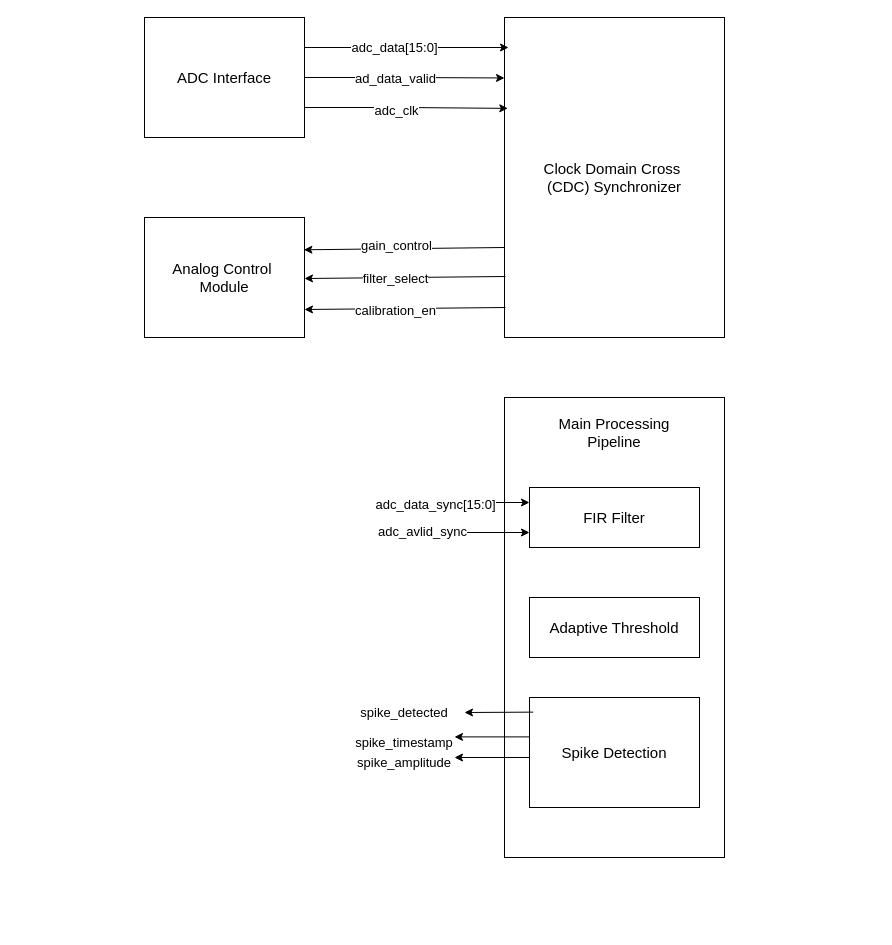
PeterL-Engineering/MAT292_Ordinary_Differential_Equations keeps this draw.io diagram as Verilog/schematics/detailed-digital.drawio. Above is the earlier version. Source tidied: cells renumbered, new cells numbered last; positions are measured from the earlier drawing's top-left corner, leaving out a move shared by most shapes. Both pictures are drawn from the tidied source at 100%, with x=0, y=0 at pixel (144, 17).
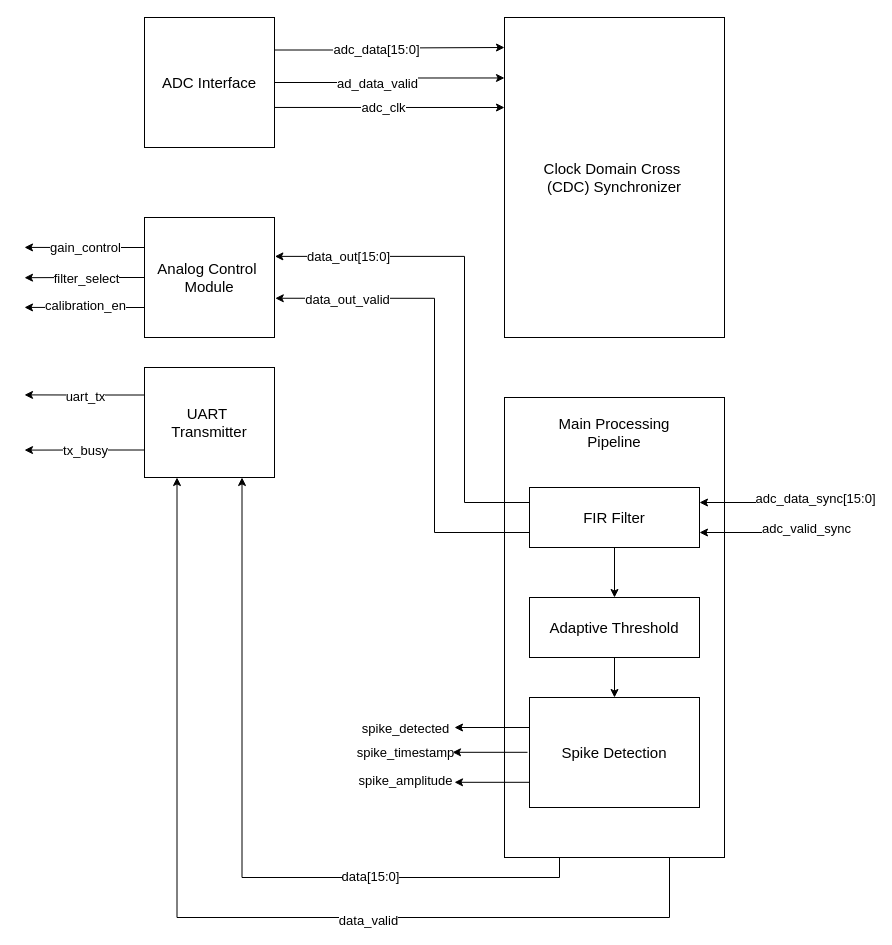
After the change.

The change refers to these unchanged cells:
```xml
<mxCell id="4" value="&lt;div&gt;&lt;font style=&quot;font-size: 15px;&quot;&gt;Clock Domain Cross&amp;nbsp;&lt;/font&gt;&lt;/div&gt;&lt;div&gt;&lt;font style=&quot;font-size: 15px;&quot;&gt;(CDC) Synchronizer&lt;/font&gt;&lt;/div&gt;" style="rounded=0;whiteSpace=wrap;html=1;" parent="1" vertex="1">
  <mxGeometry x="360" width="220" height="320" as="geometry" />
</mxCell>
<mxCell id="17" style="rounded=0;whiteSpace=wrap;html=1;" parent="1" vertex="1">
  <mxGeometry x="360" y="380" width="220" height="460" as="geometry" />
</mxCell>
<mxCell id="19" value="&lt;font style=&quot;font-size: 15px;&quot;&gt;FIR Filter&lt;/font&gt;" style="rounded=0;whiteSpace=wrap;html=1;" parent="1" vertex="1">
  <mxGeometry x="385" y="470" width="170" height="60" as="geometry" />
</mxCell>
<mxCell id="20" value="&lt;font style=&quot;font-size: 15px;&quot;&gt;Adaptive Threshold&lt;/font&gt;" style="rounded=0;whiteSpace=wrap;html=1;" parent="1" vertex="1">
  <mxGeometry x="385" y="580" width="170" height="60" as="geometry" />
</mxCell>
<mxCell id="21" value="&lt;font style=&quot;font-size: 15px;&quot;&gt;Spike Detection&lt;/font&gt;" style="rounded=0;whiteSpace=wrap;html=1;" parent="1" vertex="1">
  <mxGeometry x="385" y="680" width="170" height="110" as="geometry" />
</mxCell>
```

The edit, as a diff of the source:
```diff
@@
     <mxCell id="2" value="&lt;font style=&quot;font-size: 15px;&quot;&gt;ADC Interface&lt;/font&gt;" style="rounded=0;whiteSpace=wrap;html=1;" parent="1" vertex="1">
-      <mxGeometry width="160" height="120" as="geometry" />
+      <mxGeometry width="130" height="130" as="geometry" />
     </mxCell>
+    <mxCell id="32" style="edgeStyle=orthogonalEdgeStyle;rounded=0;jettySize=auto;html=1;exitX=0;exitY=0.25;exitDx=0;exitDy=0;" parent="1" edge="1" source="3">
+      <mxGeometry relative="1" as="geometry">
+        <mxPoint x="-120" y="229.9" as="targetPoint" />
+      </mxGeometry>
+    </mxCell>
+    <mxCell id="12" value="&lt;span style=&quot;font-size: 13px;&quot;&gt;gain_control&lt;/span&gt;" style="edgeLabel;html=1;align=center;verticalAlign=middle;" parent="32" vertex="1">
+      <mxGeometry x="0.08" y="-1" relative="1" as="geometry">
+        <mxPoint x="5" as="offset" />
+      </mxGeometry>
+    </mxCell>
+    <mxCell id="33" style="edgeStyle=orthogonalEdgeStyle;rounded=0;jettySize=auto;html=1;exitX=0;exitY=0.5;exitDx=0;exitDy=0;" parent="1" edge="1" source="3">
+      <mxGeometry relative="1" as="geometry">
+        <mxPoint x="-120" y="260.2" as="targetPoint" />
+      </mxGeometry>
+    </mxCell>
+    <mxCell id="14" value="&lt;span style=&quot;font-size: 13px;&quot;&gt;filter_select&lt;/span&gt;" style="edgeLabel;html=1;align=center;verticalAlign=middle;" parent="33" vertex="1">
+      <mxGeometry x="-0.01" relative="1" as="geometry">
+        <mxPoint x="1" as="offset" />
+      </mxGeometry>
+    </mxCell>
+    <mxCell id="34" style="edgeStyle=orthogonalEdgeStyle;rounded=0;jettySize=auto;html=1;exitX=0;exitY=0.75;exitDx=0;exitDy=0;" parent="1" edge="1" source="3">
+      <mxGeometry relative="1" as="geometry">
+        <mxPoint x="-120" y="289.9" as="targetPoint" />
+      </mxGeometry>
+    </mxCell>
+    <mxCell id="35" style="edgeLabel;html=1;align=center;verticalAlign=middle;" parent="34" vertex="1">
+      <mxGeometry x="0.23" y="-2" relative="1" as="geometry" />
+    </mxCell>
+    <mxCell id="16" value="&lt;span style=&quot;font-size: 13px;&quot;&gt;calibration_en&lt;/span&gt;" style="edgeLabel;html=1;align=center;verticalAlign=middle;" parent="34" vertex="1">
+      <mxGeometry x="0.24" y="-3" relative="1" as="geometry">
+        <mxPoint x="15" as="offset" />
+      </mxGeometry>
+    </mxCell>
     <mxCell id="3" value="&lt;div&gt;&lt;font style=&quot;font-size: 15px;&quot;&gt;Analog Control&amp;nbsp;&lt;/font&gt;&lt;/div&gt;&lt;div&gt;&lt;font style=&quot;font-size: 15px;&quot;&gt;Module&lt;/font&gt;&lt;/div&gt;" style="rounded=0;whiteSpace=wrap;html=1;" parent="1" vertex="1">
-      <mxGeometry y="200" width="160" height="120" as="geometry" />
+      <mxGeometry y="200" width="130" height="120" as="geometry" />
     </mxCell>
@@
-    <mxCell id="5" style="edgeStyle=orthogonalEdgeStyle;rounded=0;jettySize=auto;html=1;exitX=1;exitY=0.75;exitDx=0;exitDy=0;entryX=0.015;entryY=0.284;entryDx=0;entryDy=0;entryPerimeter=0;" parent="1" edge="1" source="2" target="4">
-      <mxGeometry relative="1" as="geometry">
-        <Array as="points">
-          <mxPoint x="260" y="90" />
-        </Array>
-      </mxGeometry>
-    </mxCell>
-    <mxCell id="6" value="&lt;font style=&quot;font-size: 13px;&quot;&gt;adc_clk&lt;/font&gt;" style="edgeLabel;html=1;align=center;verticalAlign=middle;" parent="5" vertex="1">
-      <mxGeometry x="-0.07" y="-2" relative="1" as="geometry">
-        <mxPoint x="-4" as="offset" />
-      </mxGeometry>
-    </mxCell>
@@
     <mxCell id="9" style="edgeStyle=orthogonalEdgeStyle;rounded=0;jettySize=auto;html=1;exitX=1;exitY=0.25;exitDx=0;exitDy=0;" parent="1" edge="1" source="2">
       <mxGeometry relative="1" as="geometry">
-        <mxPoint x="364" y="30" as="targetPoint" />
+        <mxPoint x="360" y="30" as="targetPoint" />
       </mxGeometry>
     </mxCell>
@@
-    <mxCell id="11" style="endArrow=classic;html=1;rounded=0;entryX=0.996;entryY=0.186;entryDx=0;entryDy=0;entryPerimeter=0;" parent="1" edge="1">
-      <mxGeometry relative="1" as="geometry">
-        <mxPoint x="360" y="230" as="sourcePoint" />
-        <mxPoint x="159.4" y="232.3" as="targetPoint" />
-      </mxGeometry>
-    </mxCell>
-    <mxCell id="12" value="&lt;font style=&quot;font-size: 13px;&quot;&gt;gain_control&lt;/font&gt;" style="edgeLabel;html=1;align=center;verticalAlign=middle;" parent="11" vertex="1">
-      <mxGeometry x="0.08" y="-4" relative="1" as="geometry" />
-    </mxCell>
-    <mxCell id="13" style="endArrow=classic;html=1;rounded=0;entryX=0.996;entryY=0.186;entryDx=0;entryDy=0;entryPerimeter=0;" parent="1" edge="1">
-      <mxGeometry relative="1" as="geometry">
-        <mxPoint x="361" y="259" as="sourcePoint" />
-        <mxPoint x="160" y="261" as="targetPoint" />
-      </mxGeometry>
-    </mxCell>
-    <mxCell id="14" value="&lt;font style=&quot;font-size: 13px;&quot;&gt;filter_select&lt;/font&gt;" style="edgeLabel;html=1;align=center;verticalAlign=middle;" parent="13" vertex="1">
-      <mxGeometry x="0.07" y="2" relative="1" as="geometry">
-        <mxPoint x="-3" y="-2" as="offset" />
-      </mxGeometry>
-    </mxCell>
-    <mxCell id="15" style="endArrow=classic;html=1;rounded=0;entryX=0.996;entryY=0.186;entryDx=0;entryDy=0;entryPerimeter=0;" parent="1" edge="1">
-      <mxGeometry relative="1" as="geometry">
-        <mxPoint x="361" y="290" as="sourcePoint" />
-        <mxPoint x="160" y="292" as="targetPoint" />
-      </mxGeometry>
-    </mxCell>
-    <mxCell id="16" value="&lt;font style=&quot;font-size: 13px;&quot;&gt;calibration_en&lt;/font&gt;" style="edgeLabel;html=1;align=center;verticalAlign=middle;" parent="15" vertex="1">
-      <mxGeometry x="0.15" y="1" relative="1" as="geometry">
-        <mxPoint x="5" as="offset" />
-      </mxGeometry>
-    </mxCell>
+    <mxCell id="36" style="edgeStyle=orthogonalEdgeStyle;rounded=0;jettySize=auto;html=1;exitX=0.25;exitY=1;exitDx=0;exitDy=0;entryX=0.75;entryY=1;entryDx=0;entryDy=0;" parent="1" edge="1" source="17" target="49">
+      <mxGeometry relative="1" as="geometry" />
+    </mxCell>
+    <mxCell id="37" value="&lt;font style=&quot;font-size: 13px;&quot;&gt;data[15:0]&lt;/font&gt;" style="edgeLabel;html=1;align=center;verticalAlign=middle;" parent="36" vertex="1">
+      <mxGeometry x="-0.43" y="-2" relative="1" as="geometry" />
+    </mxCell>
+    <mxCell id="38" style="edgeStyle=orthogonalEdgeStyle;rounded=0;jettySize=auto;html=1;exitX=0.75;exitY=1;exitDx=0;exitDy=0;entryX=0.25;entryY=1;entryDx=0;entryDy=0;" parent="1" edge="1" source="17" target="49">
+      <mxGeometry relative="1" as="geometry">
+        <Array as="points">
+          <mxPoint x="525" y="900" />
+          <mxPoint x="33" y="900" />
+        </Array>
+      </mxGeometry>
+    </mxCell>
+    <mxCell id="39" value="&lt;font style=&quot;font-size: 13px;&quot;&gt;data_valid&lt;/font&gt;" style="edgeLabel;html=1;align=center;verticalAlign=middle;" parent="38" vertex="1">
+      <mxGeometry x="-0.27" y="2" relative="1" as="geometry" />
+    </mxCell>
@@
+    <mxCell id="40" style="edgeStyle=orthogonalEdgeStyle;rounded=0;jettySize=auto;html=1;exitX=0.5;exitY=1;exitDx=0;exitDy=0;" parent="1" edge="1" source="19" target="20">
+      <mxGeometry relative="1" as="geometry" />
+    </mxCell>
+    <mxCell id="41" style="edgeStyle=orthogonalEdgeStyle;rounded=0;jettySize=auto;html=1;exitX=0;exitY=0.75;exitDx=0;exitDy=0;entryX=1.006;entryY=0.673;entryDx=0;entryDy=0;entryPerimeter=0;" parent="1" edge="1" source="19" target="3">
+      <mxGeometry relative="1" as="geometry">
+        <Array as="points">
+          <mxPoint x="290" y="515" />
+          <mxPoint x="290" y="281" />
+        </Array>
+      </mxGeometry>
+    </mxCell>
+    <mxCell id="42" value="&lt;font style=&quot;font-size: 13px;&quot;&gt;data_out_valid&lt;/font&gt;" style="edgeLabel;html=1;align=center;verticalAlign=middle;" parent="41" vertex="1">
+      <mxGeometry x="0.78" y="1" relative="1" as="geometry">
+        <mxPoint x="18" as="offset" />
+      </mxGeometry>
+    </mxCell>
@@
+    <mxCell id="43" style="edgeStyle=orthogonalEdgeStyle;rounded=0;jettySize=auto;html=1;exitX=0.5;exitY=1;exitDx=0;exitDy=0;" parent="1" edge="1" source="20" target="21">
+      <mxGeometry relative="1" as="geometry" />
+    </mxCell>
@@
-    <mxCell id="22" style="endArrow=classic;html=1;rounded=0;entryX=0;entryY=0.25;entryDx=0;entryDy=0;" parent="1" edge="1" target="19">
+    <mxCell id="22" style="endArrow=classic;html=1;rounded=0;entryX=1;entryY=0.25;entryDx=0;entryDy=0;" parent="1" edge="1" target="19">
       <mxGeometry relative="1" as="geometry">
-        <mxPoint x="260" y="485" as="sourcePoint" />
+        <mxPoint x="640" y="485" as="sourcePoint" />
       </mxGeometry>
     </mxCell>
     <mxCell id="23" value="&lt;font style=&quot;font-size: 13px;&quot;&gt;adc_data_sync[15:0]&lt;/font&gt;" style="edgeLabel;html=1;align=center;verticalAlign=middle;" parent="22" vertex="1">
       <mxGeometry x="-0.69" y="-1" relative="1" as="geometry">
-        <mxPoint x="11" as="offset" />
+        <mxPoint x="43" y="-4" as="offset" />
       </mxGeometry>
     </mxCell>
-    <mxCell id="24" style="endArrow=classic;html=1;rounded=0;entryX=0;entryY=0.75;entryDx=0;entryDy=0;" parent="1" edge="1" target="19">
+    <mxCell id="24" style="endArrow=classic;html=1;rounded=0;entryX=1;entryY=0.75;entryDx=0;entryDy=0;" parent="1" edge="1" target="19">
       <mxGeometry relative="1" as="geometry">
-        <mxPoint x="260" y="515" as="sourcePoint" />
+        <mxPoint x="640" y="515" as="sourcePoint" />
       </mxGeometry>
     </mxCell>
-    <mxCell id="25" value="&lt;font style=&quot;font-size: 13px;&quot;&gt;adc_avlid_sync&lt;/font&gt;" style="edgeLabel;html=1;align=center;verticalAlign=middle;" parent="24" vertex="1">
-      <mxGeometry x="-0.73" y="2" relative="1" as="geometry" />
+    <mxCell id="25" value="&lt;font style=&quot;font-size: 13px;&quot;&gt;adc_valid_sync&lt;/font&gt;" style="edgeLabel;html=1;align=center;verticalAlign=middle;" parent="24" vertex="1">
+      <mxGeometry x="-0.73" y="2" relative="1" as="geometry">
+        <mxPoint x="32" y="-7" as="offset" />
+      </mxGeometry>
     </mxCell>
-    <mxCell id="26" style="endArrow=classic;html=1;rounded=0;exitX=0.022;exitY=0.133;exitDx=0;exitDy=0;exitPerimeter=0;entryX=1;entryY=0.5;entryDx=0;entryDy=0;" parent="1" edge="1" source="21" target="29">
-      <mxGeometry relative="1" as="geometry" />
+    <mxCell id="26" style="endArrow=classic;html=1;rounded=0;exitX=0.022;exitY=0.133;exitDx=0;exitDy=0;exitPerimeter=0;" parent="1" edge="1">
+      <mxGeometry relative="1" as="geometry">
+        <mxPoint x="385" y="710" as="sourcePoint" />
+        <mxPoint x="310" y="710" as="targetPoint" />
+      </mxGeometry>
     </mxCell>
+    <mxCell id="29" value="&lt;font style=&quot;font-size: 13px;&quot;&gt;spike_detected&lt;/font&gt;" style="edgeLabel;html=1;align=center;verticalAlign=middle;points=[];" parent="26" vertex="1">
+      <mxGeometry x="0.83" y="1" relative="1" as="geometry">
+        <mxPoint x="-56" y="-1" as="offset" />
+      </mxGeometry>
+    </mxCell>
     <mxCell id="27" style="endArrow=classic;html=1;rounded=0;exitX=0;exitY=0.25;exitDx=0;exitDy=0;" parent="1" edge="1">
       <mxGeometry relative="1" as="geometry">
-        <mxPoint x="385" y="740" as="sourcePoint" />
-        <mxPoint x="310" y="740" as="targetPoint" />
+        <mxPoint x="385" y="764.8" as="sourcePoint" />
+        <mxPoint x="310" y="764.8" as="targetPoint" />
       </mxGeometry>
     </mxCell>
+    <mxCell id="31" value="&lt;font style=&quot;font-size: 13px;&quot;&gt;spike_amplitude&lt;/font&gt;" style="edgeLabel;html=1;align=center;verticalAlign=middle;" parent="27" vertex="1">
+      <mxGeometry x="0.39" y="-2" relative="1" as="geometry">
+        <mxPoint x="-73" as="offset" />
+      </mxGeometry>
+    </mxCell>
     <mxCell id="28" style="endArrow=classic;html=1;rounded=0;exitX=0;exitY=0.25;exitDx=0;exitDy=0;" parent="1" edge="1">
       <mxGeometry relative="1" as="geometry">
-        <mxPoint x="385" y="719.4" as="sourcePoint" />
-        <mxPoint x="310" y="719.4" as="targetPoint" />
+        <mxPoint x="383" y="734.8" as="sourcePoint" />
+        <mxPoint x="308" y="734.8" as="targetPoint" />
       </mxGeometry>
     </mxCell>
-    <mxCell id="29" value="&lt;font style=&quot;font-size: 13px;&quot;&gt;spike_detected&lt;/font&gt;" style="text;html=1;whiteSpace=wrap;strokeColor=none;fillColor=none;align=center;verticalAlign=middle;rounded=0;" parent="1" vertex="1">
-      <mxGeometry x="200" y="680" width="120" height="30" as="geometry" />
-    </mxCell>
-    <mxCell id="30" value="&lt;font style=&quot;font-size: 13px;&quot;&gt;spike_timestamp&lt;/font&gt;" style="text;html=1;whiteSpace=wrap;strokeColor=none;fillColor=none;align=center;verticalAlign=middle;rounded=0;" parent="1" vertex="1">
-      <mxGeometry x="200" y="710" width="120" height="30" as="geometry" />
+    <mxCell id="30" value="&lt;font style=&quot;font-size: 13px;&quot;&gt;spike_timestamp&lt;/font&gt;" style="edgeLabel;html=1;align=center;verticalAlign=middle;" parent="28" vertex="1">
+      <mxGeometry x="0.15" y="1" relative="1" as="geometry">
+        <mxPoint x="-80" y="-1" as="offset" />
+      </mxGeometry>
     </mxCell>
-    <mxCell id="31" value="&lt;font style=&quot;font-size: 13px;&quot;&gt;spike_amplitude&lt;/font&gt;" style="text;html=1;whiteSpace=wrap;strokeColor=none;fillColor=none;align=center;verticalAlign=middle;rounded=0;" parent="1" vertex="1">
-      <mxGeometry x="200" y="730" width="120" height="30" as="geometry" />
-    </mxCell>
+    <mxCell id="44" style="endArrow=classic;html=1;rounded=0;exitX=1;exitY=0.692;exitDx=0;exitDy=0;exitPerimeter=0;" parent="1" edge="1" source="2">
+      <mxGeometry relative="1" as="geometry">
+        <mxPoint x="360" y="90" as="targetPoint" />
+      </mxGeometry>
+    </mxCell>
+    <mxCell id="6" value="&lt;font style=&quot;font-size: 13px;&quot;&gt;adc_clk&lt;/font&gt;" style="edgeLabel;html=1;align=center;verticalAlign=middle;" parent="44" vertex="1">
+      <mxGeometry x="-0.05" relative="1" as="geometry" />
+    </mxCell>
+    <mxCell id="45" style="edgeStyle=orthogonalEdgeStyle;rounded=0;jettySize=auto;html=1;exitX=0;exitY=0.25;exitDx=0;exitDy=0;" parent="1" edge="1" source="49">
+      <mxGeometry relative="1" as="geometry">
+        <mxPoint x="-120" y="377.4" as="targetPoint" />
+      </mxGeometry>
+    </mxCell>
+    <mxCell id="46" value="&lt;font style=&quot;font-size: 13px;&quot;&gt;uart_tx&lt;/font&gt;" style="edgeLabel;html=1;align=center;verticalAlign=middle;" parent="45" vertex="1">
+      <mxGeometry x="-0.01" y="1" relative="1" as="geometry" />
+    </mxCell>
+    <mxCell id="47" style="edgeStyle=orthogonalEdgeStyle;rounded=0;jettySize=auto;html=1;exitX=0;exitY=0.75;exitDx=0;exitDy=0;" parent="1" edge="1" source="49">
+      <mxGeometry relative="1" as="geometry">
+        <mxPoint x="-120" y="432.6" as="targetPoint" />
+      </mxGeometry>
+    </mxCell>
+    <mxCell id="48" value="&lt;font style=&quot;font-size: 13px;&quot;&gt;tx_busy&lt;/font&gt;" style="edgeLabel;html=1;align=center;verticalAlign=middle;" parent="47" vertex="1">
+      <mxGeometry x="-0.01" y="-1" relative="1" as="geometry" />
+    </mxCell>
+    <mxCell id="49" value="&lt;font style=&quot;font-size: 15px;&quot;&gt;UART&amp;nbsp;&lt;/font&gt;&lt;div&gt;&lt;font style=&quot;font-size: 15px;&quot;&gt;Transmitter&lt;/font&gt;&lt;/div&gt;" style="rounded=0;whiteSpace=wrap;html=1;" parent="1" vertex="1">
+      <mxGeometry y="350" width="130" height="110" as="geometry" />
+    </mxCell>
+    <mxCell id="50" style="edgeStyle=orthogonalEdgeStyle;rounded=0;jettySize=auto;html=1;exitX=0;exitY=0.25;exitDx=0;exitDy=0;entryX=1.003;entryY=0.324;entryDx=0;entryDy=0;entryPerimeter=0;" parent="1" edge="1" source="19" target="3">
+      <mxGeometry relative="1" as="geometry">
+        <Array as="points">
+          <mxPoint x="320" y="485" />
+          <mxPoint x="320" y="239" />
+        </Array>
+      </mxGeometry>
+    </mxCell>
+    <mxCell id="51" value="&lt;font style=&quot;font-size: 13px;&quot;&gt;data_out[15:0]&lt;/font&gt;" style="edgeLabel;html=1;align=center;verticalAlign=middle;" parent="50" vertex="1">
+      <mxGeometry x="0.71" relative="1" as="geometry" />
+    </mxCell>
```
